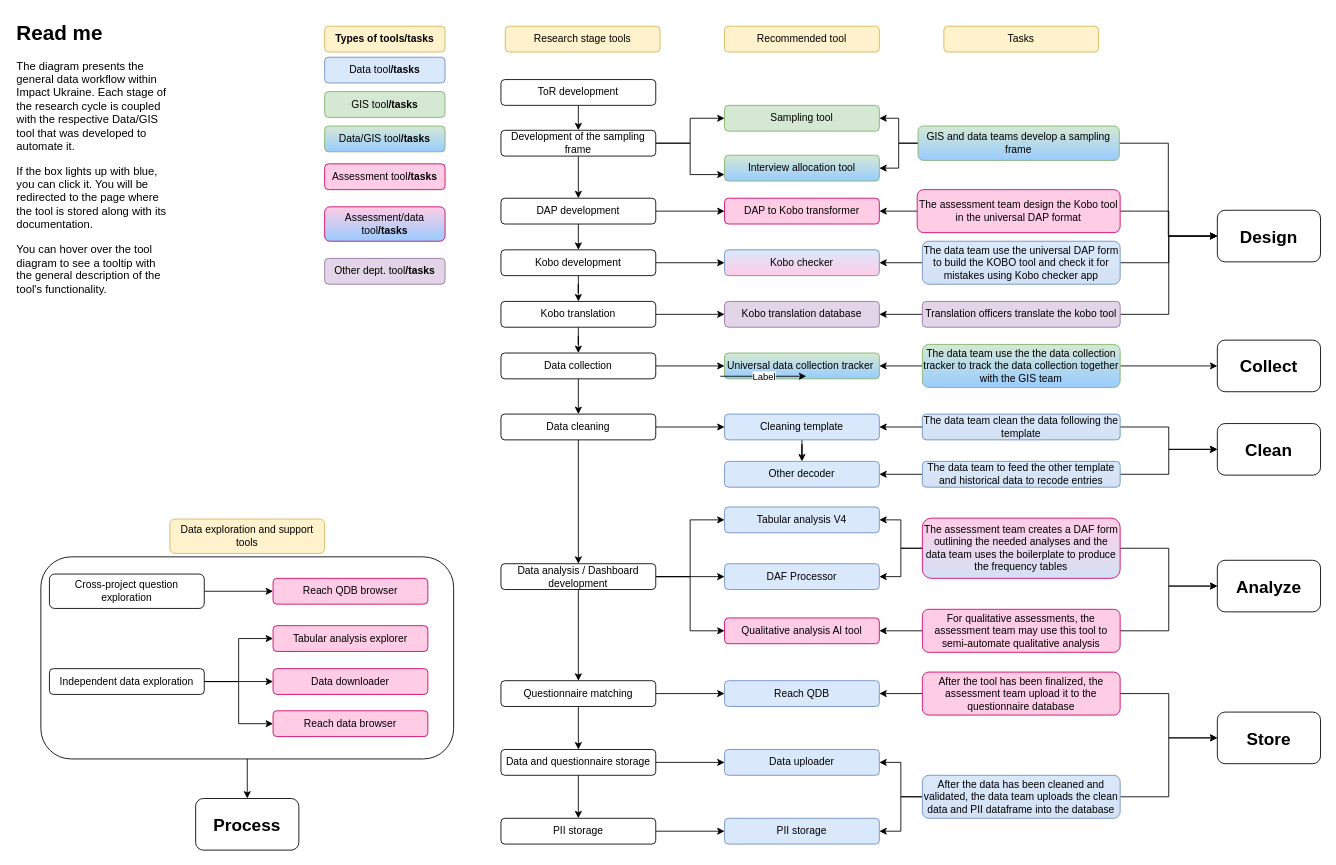
The draw.io diagram Untitled Diagram.drawio in Nestor-Ch/Data_processing_pipeline, before the edit. Source tidied: cells renumbered, new cells numbered last; positions are measured from the earlier drawing's top-left corner, leaving out a move shared by most shapes. Both pictures are drawn from the tidied source at 86%, with x=0, y=0 at pixel (15, 15).
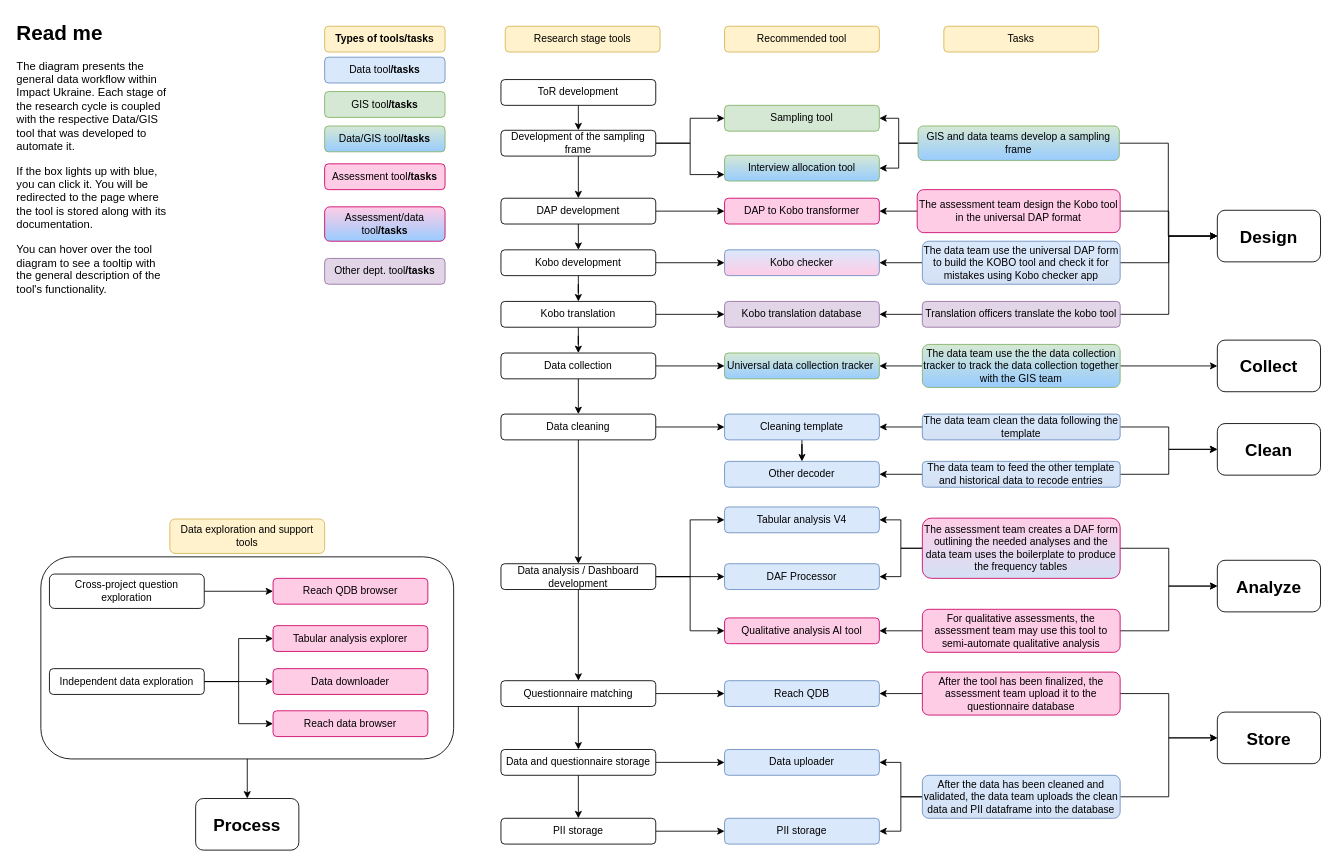
After the change.

What changed in the source:
```diff
@@
-    <mxCell id="111" style="endArrow=classic;html=1;rounded=0;" parent="1" edge="1">
-      <mxGeometry relative="1" as="geometry">
-        <mxPoint x="820" y="420" as="sourcePoint" />
-        <mxPoint x="920" y="420" as="targetPoint" />
-      </mxGeometry>
-    </mxCell>
-    <mxCell id="112" value="Label" style="edgeLabel;html=1;align=center;verticalAlign=middle;" parent="111" vertex="1">
-      <mxGeometry relative="1" as="geometry" />
-    </mxCell>
```
